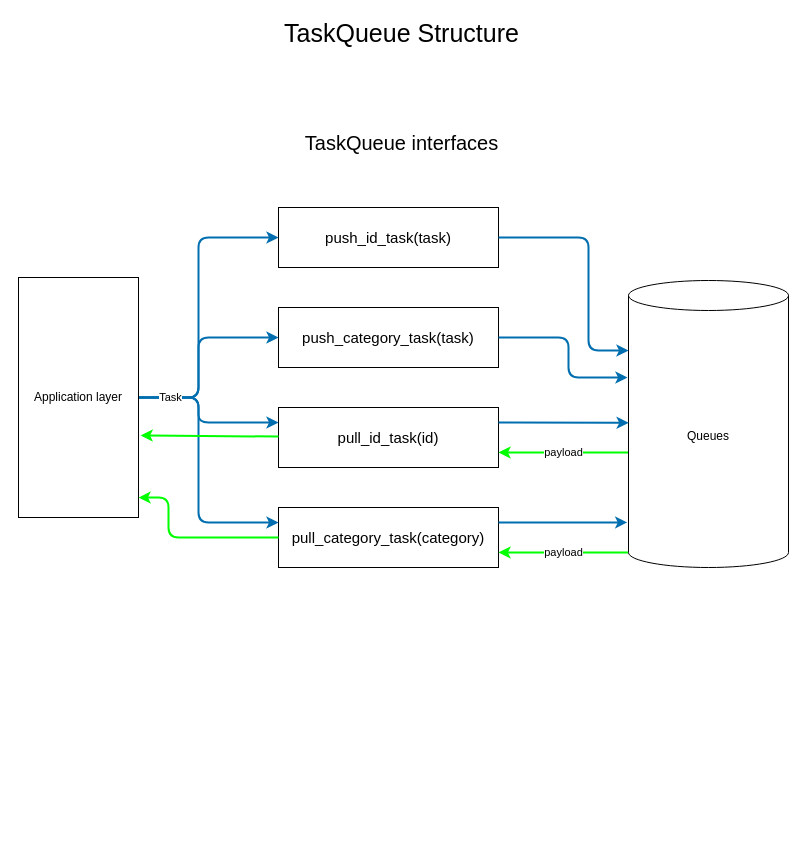
This is page "Page-2" (2 of 2) of Docs/BusStructure.drawio from NGDeveloper125/NGTQ_BusService, a draw.io file, before an edit. Source tidied: cells renumbered, new cells numbered last; positions are measured from the earlier drawing's top-left corner, leaving out a move shared by most shapes. Both pictures are drawn from the tidied source at 100%, with x=0, y=0 at pixel (18, 17).
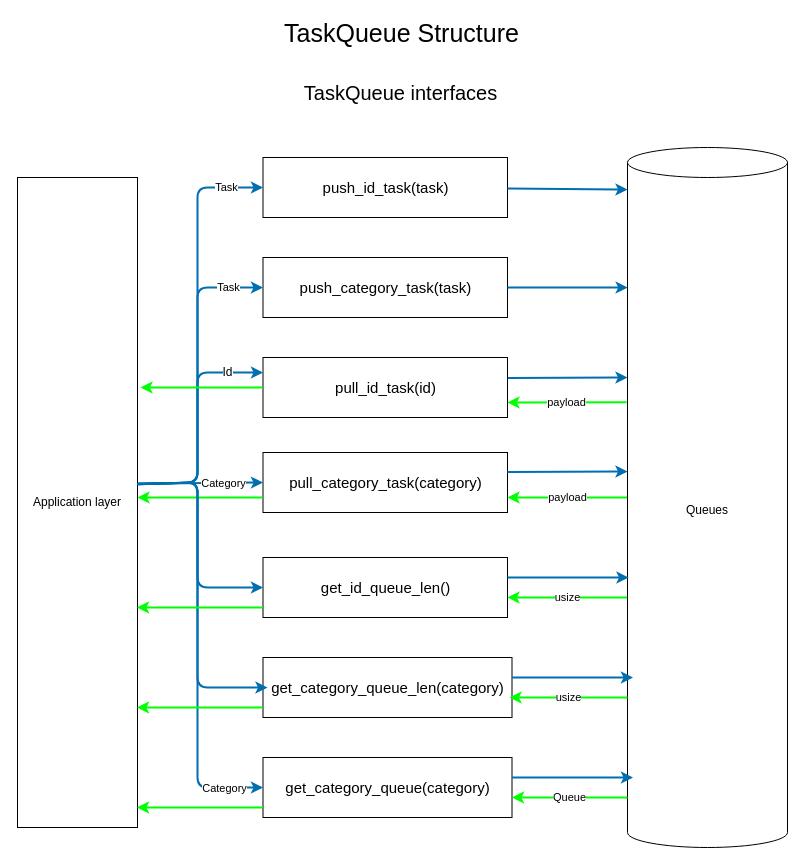
Above is the later version.

Commit message:
Add new methods to diagram

What changed in the source:
```diff
@@
     <mxCell id="3" value="TaskQueue interfaces" style="text;html=1;align=center;verticalAlign=middle;whiteSpace=wrap;rounded=0;fontSize=20;" parent="1" vertex="1">
-      <mxGeometry x="261" y="110" width="245" height="30" as="geometry" />
+      <mxGeometry x="260" y="60" width="245" height="30" as="geometry" />
     </mxCell>
     <mxCell id="4" value="push_id_task(task)" style="rounded=0;whiteSpace=wrap;html=1;fontSize=15;" parent="1" vertex="1">
-      <mxGeometry x="260" y="190" width="220" height="60" as="geometry" />
+      <mxGeometry x="244.5" y="140" width="244.5" height="60" as="geometry" />
     </mxCell>
     <mxCell id="5" value="push_category_task(task)" style="rounded=0;whiteSpace=wrap;html=1;fontSize=15;" parent="1" vertex="1">
-      <mxGeometry x="260" y="290" width="220" height="60" as="geometry" />
+      <mxGeometry x="244.5" y="240" width="244.5" height="60" as="geometry" />
     </mxCell>
     <mxCell id="6" value="pull_id_task(id)" style="rounded=0;whiteSpace=wrap;html=1;fontSize=15;" parent="1" vertex="1">
-      <mxGeometry x="260" y="390" width="220" height="60" as="geometry" />
+      <mxGeometry x="244.5" y="340" width="244.5" height="60" as="geometry" />
     </mxCell>
     <mxCell id="7" value="pull_category_task(category)" style="rounded=0;whiteSpace=wrap;html=1;fontSize=15;" parent="1" vertex="1">
-      <mxGeometry x="260" y="490" width="220" height="60" as="geometry" />
+      <mxGeometry x="244.5" y="435" width="244.5" height="60" as="geometry" />
     </mxCell>
-    <mxCell id="8" style="edgeStyle=none;html=1;entryX=0;entryY=0.5;entryDx=0;entryDy=0;fillColor=#1ba1e2;strokeColor=#006EAF;strokeWidth=2;" parent="1" edge="1" source="12" target="4">
-      <mxGeometry relative="1" as="geometry">
+    <mxCell id="8" value="Task" style="edgeStyle=none;html=1;entryX=0;entryY=0.5;entryDx=0;entryDy=0;fillColor=#1ba1e2;strokeColor=#006EAF;strokeWidth=2;exitX=1.004;exitY=0.471;exitDx=0;exitDy=0;exitPerimeter=0;" parent="1" edge="1" source="12" target="4">
+      <mxGeometry x="0.83" relative="1" as="geometry">
         <Array as="points">
-          <mxPoint x="180" y="380" />
-          <mxPoint x="180" y="220" />
+          <mxPoint x="179" y="465" />
+          <mxPoint x="179" y="170" />
         </Array>
       </mxGeometry>
     </mxCell>
-    <mxCell id="9" style="edgeStyle=none;html=1;entryX=0;entryY=0.5;entryDx=0;entryDy=0;fillColor=#1ba1e2;strokeColor=#006EAF;strokeWidth=2;" parent="1" edge="1" source="12" target="5">
-      <mxGeometry relative="1" as="geometry">
+    <mxCell id="9" value="Task" style="edgeStyle=none;html=1;entryX=0;entryY=0.5;entryDx=0;entryDy=0;fillColor=#1ba1e2;strokeColor=#006EAF;strokeWidth=2;exitX=1.005;exitY=0.472;exitDx=0;exitDy=0;exitPerimeter=0;" parent="1" edge="1" source="12" target="5">
+      <mxGeometry x="0.78" relative="1" as="geometry">
         <Array as="points">
-          <mxPoint x="180" y="380" />
-          <mxPoint x="180" y="320" />
+          <mxPoint x="179" y="465" />
+          <mxPoint x="179" y="270" />
         </Array>
       </mxGeometry>
     </mxCell>
-    <mxCell id="10" style="edgeStyle=none;html=1;entryX=0;entryY=0.25;entryDx=0;entryDy=0;fillColor=#1ba1e2;strokeColor=#006EAF;strokeWidth=2;" parent="1" edge="1" source="12" target="6">
-      <mxGeometry relative="1" as="geometry">
+    <mxCell id="10" value="Id" style="edgeStyle=none;html=1;entryX=0;entryY=0.25;entryDx=0;entryDy=0;fillColor=#1ba1e2;strokeColor=#006EAF;strokeWidth=2;fontSize=12;exitX=1.002;exitY=0.471;exitDx=0;exitDy=0;exitPerimeter=0;" parent="1" edge="1" source="12" target="6">
+      <mxGeometry x="0.7" relative="1" as="geometry">
         <Array as="points">
-          <mxPoint x="180" y="380" />
-          <mxPoint x="180" y="405" />
+          <mxPoint x="179" y="465" />
+          <mxPoint x="179" y="355" />
         </Array>
       </mxGeometry>
     </mxCell>
-    <mxCell id="11" value="Task" style="edgeStyle=none;html=1;entryX=0;entryY=0.25;entryDx=0;entryDy=0;fillColor=#1ba1e2;strokeColor=#006EAF;strokeWidth=2;" parent="1" edge="1" source="12" target="7">
-      <mxGeometry x="-0.76" relative="1" as="geometry">
-        <Array as="points">
-          <mxPoint x="180" y="380" />
-          <mxPoint x="180" y="505" />
-        </Array>
-      </mxGeometry>
+    <mxCell id="11" style="edgeStyle=none;html=1;entryX=0;entryY=0.5;entryDx=0;entryDy=0;fillColor=#1ba1e2;strokeColor=#006EAF;strokeWidth=2;exitX=1.009;exitY=0.471;exitDx=0;exitDy=0;fontSize=18;exitPerimeter=0;" parent="1" edge="1" source="12" target="7">
+      <mxGeometry x="-0.52" y="25" relative="1" as="geometry" />
     </mxCell>
+    <mxCell id="22" value="Category" style="edgeLabel;html=1;align=center;verticalAlign=middle;" parent="11" vertex="1">
+      <mxGeometry x="0.41" y="-1" relative="1" as="geometry">
+        <mxPoint x="-4" y="-1" as="offset" />
+      </mxGeometry>
+    </mxCell>
     <mxCell id="12" value="&lt;span&gt;Application&lt;/span&gt;&amp;nbsp;layer" style="rounded=0;whiteSpace=wrap;html=1;" parent="1" vertex="1">
-      <mxGeometry y="260" width="120" height="240" as="geometry" />
+      <mxGeometry x="-1" y="160" width="120" height="650" as="geometry" />
     </mxCell>
-    <mxCell id="13" value="payload" style="edgeStyle=none;html=1;entryX=1;entryY=0.75;entryDx=0;entryDy=0;exitX=-0.003;exitY=0.599;exitDx=0;exitDy=0;exitPerimeter=0;fillColor=#008a00;strokeColor=#00FF00;strokeWidth=2;" parent="1" edge="1" source="15" target="6">
+    <mxCell id="13" value="payload" style="edgeStyle=none;html=1;entryX=1;entryY=0.75;entryDx=0;entryDy=0;fillColor=#008a00;strokeColor=#00FF00;strokeWidth=2;exitX=-0.006;exitY=0.364;exitDx=0;exitDy=0;exitPerimeter=0;" parent="1" edge="1" source="15" target="6">
       <mxGeometry relative="1" as="geometry" />
     </mxCell>
-    <mxCell id="14" value="payload" style="edgeStyle=none;html=1;entryX=1;entryY=0.75;entryDx=0;entryDy=0;exitX=0;exitY=1;exitDx=0;exitDy=-15;exitPerimeter=0;fillColor=#008a00;strokeColor=#00FF00;strokeWidth=2;" parent="1" edge="1" source="15" target="7">
+    <mxCell id="14" value="payload" style="edgeStyle=none;html=1;entryX=1;entryY=0.75;entryDx=0;entryDy=0;fillColor=#008a00;strokeColor=#00FF00;strokeWidth=2;exitX=0;exitY=0.5;exitDx=0;exitDy=0;exitPerimeter=0;" parent="1" edge="1" source="15" target="7">
       <mxGeometry relative="1" as="geometry" />
     </mxCell>
     <mxCell id="15" value="Queues" style="shape=cylinder3;whiteSpace=wrap;html=1;boundedLbl=1;backgroundOutline=1;size=15;" parent="1" vertex="1">
-      <mxGeometry x="610" y="263" width="160" height="287" as="geometry" />
+      <mxGeometry x="609" y="130" width="160" height="700" as="geometry" />
     </mxCell>
-    <mxCell id="16" style="edgeStyle=none;html=1;fillColor=#1ba1e2;strokeColor=#006EAF;strokeWidth=2;" parent="1" edge="1" source="4">
-      <mxGeometry relative="1" as="geometry">
-        <mxPoint x="610" y="333" as="targetPoint" />
-        <Array as="points">
-          <mxPoint x="570" y="220" />
-          <mxPoint x="570" y="333" />
-        </Array>
-      </mxGeometry>
+    <mxCell id="16" style="edgeStyle=none;html=1;fillColor=#1ba1e2;strokeColor=#006EAF;strokeWidth=2;entryX=0;entryY=0.06;entryDx=0;entryDy=0;entryPerimeter=0;" parent="1" edge="1" source="4" target="15">
+      <mxGeometry relative="1" as="geometry" />
     </mxCell>
-    <mxCell id="17" style="edgeStyle=none;html=1;fillColor=#1ba1e2;strokeColor=#006EAF;strokeWidth=2;" parent="1" edge="1" source="5">
+    <mxCell id="17" style="edgeStyle=none;html=1;fillColor=#1ba1e2;strokeColor=#006EAF;strokeWidth=2;entryX=0.001;entryY=0.2;entryDx=0;entryDy=0;entryPerimeter=0;" parent="1" edge="1" target="15">
       <mxGeometry relative="1" as="geometry">
-        <mxPoint x="609" y="360" as="targetPoint" />
-        <Array as="points">
-          <mxPoint x="550" y="320" />
-          <mxPoint x="550" y="360" />
-        </Array>
+        <mxPoint x="489" y="270" as="sourcePoint" />
       </mxGeometry>
     </mxCell>
-    <mxCell id="18" style="edgeStyle=none;html=1;entryX=0.001;entryY=0.496;entryDx=0;entryDy=0;entryPerimeter=0;exitX=1;exitY=0.25;exitDx=0;exitDy=0;fillColor=#1ba1e2;strokeColor=#006EAF;strokeWidth=2;" parent="1" edge="1" source="6" target="15">
-      <mxGeometry relative="1" as="geometry" />
+    <mxCell id="18" style="edgeStyle=none;html=1;exitX=1.001;exitY=0.343;exitDx=0;exitDy=0;fillColor=#1ba1e2;strokeColor=#006EAF;strokeWidth=2;exitPerimeter=0;" parent="1" edge="1" source="6">
+      <mxGeometry relative="1" as="geometry">
+        <mxPoint x="609" y="360" as="targetPoint" />
+      </mxGeometry>
     </mxCell>
-    <mxCell id="19" style="edgeStyle=none;html=1;entryX=-0.008;entryY=0.843;entryDx=0;entryDy=0;entryPerimeter=0;exitX=1;exitY=0.25;exitDx=0;exitDy=0;fillColor=#1ba1e2;strokeColor=#006EAF;strokeWidth=2;" parent="1" edge="1" source="7" target="15">
-      <mxGeometry relative="1" as="geometry" />
+    <mxCell id="19" style="edgeStyle=none;html=1;exitX=0.999;exitY=0.324;exitDx=0;exitDy=0;fillColor=#1ba1e2;strokeColor=#006EAF;strokeWidth=2;exitPerimeter=0;" parent="1" edge="1" source="7">
+      <mxGeometry relative="1" as="geometry">
+        <mxPoint x="609" y="454" as="targetPoint" />
+      </mxGeometry>
     </mxCell>
-    <mxCell id="20" style="edgeStyle=none;html=1;entryX=1.018;entryY=0.658;entryDx=0;entryDy=0;entryPerimeter=0;fillColor=#008a00;strokeColor=#00FF00;strokeWidth=2;" parent="1" edge="1" source="6" target="12">
-      <mxGeometry relative="1" as="geometry" />
+    <mxCell id="20" style="edgeStyle=none;html=1;fillColor=#008a00;strokeColor=#00FF00;strokeWidth=2;exitX=0;exitY=0.5;exitDx=0;exitDy=0;" parent="1" edge="1" source="6">
+      <mxGeometry relative="1" as="geometry">
+        <mxPoint x="122" y="370" as="targetPoint" />
+      </mxGeometry>
     </mxCell>
-    <mxCell id="21" style="edgeStyle=none;html=1;entryX=1;entryY=0.917;entryDx=0;entryDy=0;entryPerimeter=0;fillColor=#008a00;strokeColor=#00FF00;strokeWidth=2;" parent="1" edge="1" source="7" target="12">
+    <mxCell id="21" style="edgeStyle=none;html=1;fillColor=#008a00;strokeColor=#00FF00;strokeWidth=2;exitX=0;exitY=0.75;exitDx=0;exitDy=0;" parent="1" edge="1" source="7">
       <mxGeometry relative="1" as="geometry">
-        <Array as="points">
-          <mxPoint x="150" y="520" />
-          <mxPoint x="150" y="480" />
-        </Array>
+        <mxPoint x="119" y="480" as="targetPoint" />
       </mxGeometry>
     </mxCell>
+    <mxCell id="23" value="get_id_queue_len()" style="rounded=0;whiteSpace=wrap;html=1;fontSize=15;" parent="1" vertex="1">
+      <mxGeometry x="244.5" y="540" width="244.5" height="60" as="geometry" />
+    </mxCell>
+    <mxCell id="24" value="get_category_queue_len(category)" style="rounded=0;whiteSpace=wrap;html=1;fontSize=15;" parent="1" vertex="1">
+      <mxGeometry x="244.5" y="640" width="249" height="60" as="geometry" />
+    </mxCell>
+    <mxCell id="25" value="get_category_queue(category)" style="rounded=0;whiteSpace=wrap;html=1;fontSize=15;" parent="1" vertex="1">
+      <mxGeometry x="244.5" y="740" width="249" height="60" as="geometry" />
+    </mxCell>
+    <mxCell id="26" style="edgeStyle=none;html=1;entryX=0;entryY=0.5;entryDx=0;entryDy=0;fillColor=#1ba1e2;strokeColor=#006EAF;strokeWidth=2;fontSize=30;exitX=1.002;exitY=0.472;exitDx=0;exitDy=0;exitPerimeter=0;" parent="1" edge="1" source="12" target="23">
+      <mxGeometry relative="1" as="geometry">
+        <Array as="points">
+          <mxPoint x="179" y="465" />
+          <mxPoint x="179" y="570" />
+        </Array>
+      </mxGeometry>
+    </mxCell>
+    <mxCell id="27" style="edgeStyle=none;html=1;fillColor=#1ba1e2;strokeColor=#006EAF;strokeWidth=2;fontSize=30;exitX=1.004;exitY=0.471;exitDx=0;exitDy=0;entryX=0;entryY=0.5;entryDx=0;entryDy=0;exitPerimeter=0;" parent="1" edge="1" source="12" target="25">
+      <mxGeometry relative="1" as="geometry">
+        <Array as="points">
+          <mxPoint x="179" y="465" />
+          <mxPoint x="179" y="770" />
+        </Array>
+      </mxGeometry>
+    </mxCell>
+    <mxCell id="28" value="Category" style="edgeLabel;html=1;align=center;verticalAlign=middle;" parent="27" vertex="1">
+      <mxGeometry x="0.82" relative="1" as="geometry" />
+    </mxCell>
+    <mxCell id="29" style="edgeStyle=none;html=1;entryX=0.018;entryY=0.5;entryDx=0;entryDy=0;fillColor=#1ba1e2;strokeColor=#006EAF;strokeWidth=2;fontSize=30;exitX=0.996;exitY=0.472;exitDx=0;exitDy=0;entryPerimeter=0;exitPerimeter=0;" parent="1" edge="1" source="12" target="24">
+      <mxGeometry relative="1" as="geometry">
+        <Array as="points">
+          <mxPoint x="179" y="465" />
+          <mxPoint x="179" y="670" />
+        </Array>
+      </mxGeometry>
+    </mxCell>
+    <mxCell id="30" style="edgeStyle=none;html=1;entryX=0.004;entryY=0.403;entryDx=0;entryDy=0;entryPerimeter=0;exitX=1;exitY=0.25;exitDx=0;exitDy=0;fillColor=#1ba1e2;strokeColor=#006EAF;strokeWidth=2;" parent="1" edge="1">
+      <mxGeometry relative="1" as="geometry">
+        <mxPoint x="489" y="560" as="sourcePoint" />
+        <mxPoint x="610" y="560" as="targetPoint" />
+      </mxGeometry>
+    </mxCell>
+    <mxCell id="31" style="edgeStyle=none;html=1;entryX=0.004;entryY=0.403;entryDx=0;entryDy=0;entryPerimeter=0;exitX=1;exitY=0.25;exitDx=0;exitDy=0;fillColor=#1ba1e2;strokeColor=#006EAF;strokeWidth=2;" parent="1" edge="1">
+      <mxGeometry relative="1" as="geometry">
+        <mxPoint x="493.5" y="660" as="sourcePoint" />
+        <mxPoint x="614.5" y="660" as="targetPoint" />
+      </mxGeometry>
+    </mxCell>
+    <mxCell id="32" style="edgeStyle=none;html=1;entryX=0.004;entryY=0.403;entryDx=0;entryDy=0;entryPerimeter=0;exitX=1;exitY=0.25;exitDx=0;exitDy=0;fillColor=#1ba1e2;strokeColor=#006EAF;strokeWidth=2;" parent="1" edge="1">
+      <mxGeometry relative="1" as="geometry">
+        <mxPoint x="493.5" y="760" as="sourcePoint" />
+        <mxPoint x="614.5" y="760" as="targetPoint" />
+      </mxGeometry>
+    </mxCell>
+    <mxCell id="33" value="usize" style="edgeStyle=none;html=1;entryX=1;entryY=0.75;entryDx=0;entryDy=0;fillColor=#008a00;strokeColor=#00FF00;strokeWidth=2;exitX=-0.002;exitY=0.643;exitDx=0;exitDy=0;exitPerimeter=0;" parent="1" edge="1" source="15">
+      <mxGeometry relative="1" as="geometry">
+        <mxPoint x="489" y="580" as="targetPoint" />
+      </mxGeometry>
+    </mxCell>
+    <mxCell id="34" value="usize" style="edgeStyle=none;html=1;entryX=1;entryY=0.75;entryDx=0;entryDy=0;fillColor=#008a00;strokeColor=#00FF00;strokeWidth=2;" parent="1" edge="1">
+      <mxGeometry relative="1" as="geometry">
+        <mxPoint x="609" y="680" as="sourcePoint" />
+        <mxPoint x="491" y="680" as="targetPoint" />
+      </mxGeometry>
+    </mxCell>
+    <mxCell id="35" value="Queue" style="edgeStyle=none;html=1;entryX=1;entryY=0.75;entryDx=0;entryDy=0;fillColor=#008a00;strokeColor=#00FF00;strokeWidth=2;" parent="1" edge="1">
+      <mxGeometry relative="1" as="geometry">
+        <mxPoint x="609" y="780" as="sourcePoint" />
+        <mxPoint x="493.5" y="780" as="targetPoint" />
+      </mxGeometry>
+    </mxCell>
+    <mxCell id="36" style="edgeStyle=none;html=1;fillColor=#008a00;strokeColor=#00FF00;strokeWidth=2;exitX=0;exitY=0.75;exitDx=0;exitDy=0;" parent="1" edge="1">
+      <mxGeometry relative="1" as="geometry">
+        <mxPoint x="244.5" y="590" as="sourcePoint" />
+        <mxPoint x="118.5" y="590" as="targetPoint" />
+      </mxGeometry>
+    </mxCell>
+    <mxCell id="37" style="edgeStyle=none;html=1;fillColor=#008a00;strokeColor=#00FF00;strokeWidth=2;exitX=0;exitY=0.75;exitDx=0;exitDy=0;" parent="1" edge="1">
+      <mxGeometry relative="1" as="geometry">
+        <mxPoint x="244.5" y="690" as="sourcePoint" />
+        <mxPoint x="118.5" y="690" as="targetPoint" />
+      </mxGeometry>
+    </mxCell>
+    <mxCell id="38" style="edgeStyle=none;html=1;fillColor=#008a00;strokeColor=#00FF00;strokeWidth=2;exitX=0;exitY=0.75;exitDx=0;exitDy=0;" parent="1" edge="1">
+      <mxGeometry relative="1" as="geometry">
+        <mxPoint x="244.5" y="790" as="sourcePoint" />
+        <mxPoint x="118.5" y="790" as="targetPoint" />
+      </mxGeometry>
+    </mxCell>
```
